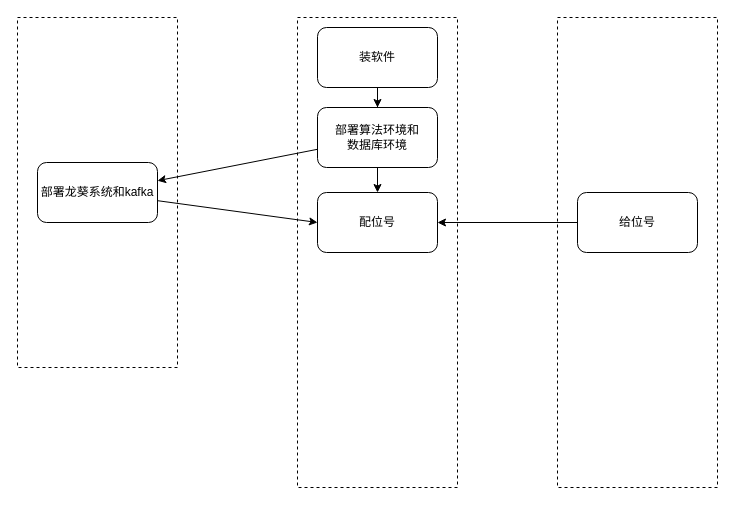
Above: test.drawio in 729973389/picture (draw.io), before the change. Source tidied: cells renumbered, new cells numbered last; positions are measured from the earlier drawing's top-left corner, leaving out a move shared by most shapes. Both pictures are drawn from the tidied source at 100%, with x=0, y=0 at pixel (17, 17).
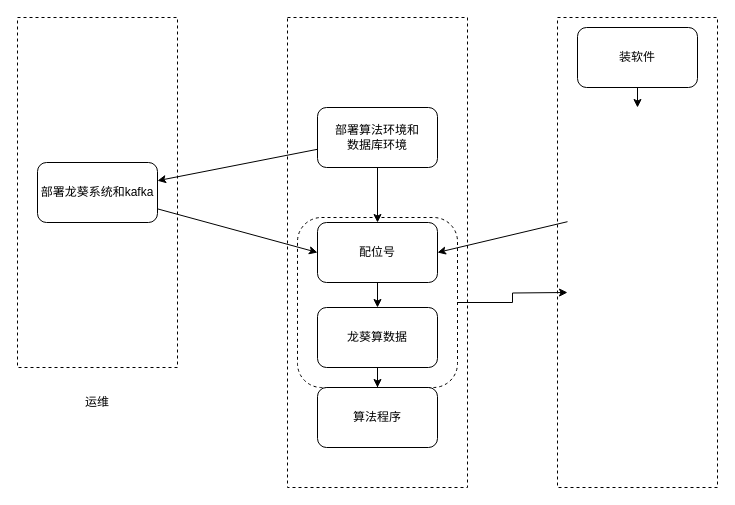
The same page after the edit.

The change refers to these unchanged cells:
```xml
<mxCell id="7" value="部署算法环境和&lt;div&gt;数据库环境&lt;/div&gt;" style="rounded=1;whiteSpace=wrap;html=1;" parent="1" vertex="1">
  <mxGeometry x="300" y="90" width="120" height="60" as="geometry" />
</mxCell>
```

Change to the diagram source:
```diff
@@
     <mxCell id="3" style="rounded=0;whiteSpace=wrap;html=1;dashed=1;" parent="1" vertex="1">
-      <mxGeometry x="280" width="160" height="470" as="geometry" />
+      <mxGeometry x="270" width="180" height="470" as="geometry" />
     </mxCell>
@@
+    <mxCell id="15" style="edgeStyle=orthogonalEdgeStyle;rounded=0;jettySize=auto;html=1;" parent="1" edge="1" source="8" target="19">
+      <mxGeometry relative="1" as="geometry" />
+    </mxCell>
     <mxCell id="8" value="配位号" style="rounded=1;whiteSpace=wrap;html=1;" parent="1" vertex="1">
-      <mxGeometry x="300" y="175" width="120" height="60" as="geometry" />
+      <mxGeometry x="300" y="205" width="120" height="60" as="geometry" />
     </mxCell>
+    <mxCell id="16" style="rounded=1;whiteSpace=wrap;html=1;fillColor=none;dashed=1;" parent="1" vertex="1">
+      <mxGeometry x="280" y="200" width="160" height="170" as="geometry" />
+    </mxCell>
-    <mxCell id="9" style="edgeStyle=orthogonalEdgeStyle;rounded=0;jettySize=auto;html=1;entryX=0.5;entryY=0;entryDx=0;entryDy=0;" parent="1" edge="1" source="10" target="7">
-      <mxGeometry relative="1" as="geometry" />
+    <mxCell id="9" style="edgeStyle=orthogonalEdgeStyle;rounded=0;jettySize=auto;html=1;entryX=0.5;entryY=0;entryDx=0;entryDy=0;" parent="1" edge="1" source="10">
+      <mxGeometry relative="1" as="geometry">
+        <mxPoint x="620" y="90" as="targetPoint" />
+      </mxGeometry>
     </mxCell>
     <mxCell id="10" value="装软件" style="rounded=1;whiteSpace=wrap;html=1;" parent="1" vertex="1">
-      <mxGeometry x="300" y="10" width="120" height="60" as="geometry" />
+      <mxGeometry x="560" y="10" width="120" height="60" as="geometry" />
     </mxCell>
@@
-    <mxCell id="13" style="rounded=0;jettySize=auto;html=1;entryX=1;entryY=0.5;entryDx=0;entryDy=0;" parent="1" edge="1" source="14" target="8">
-      <mxGeometry relative="1" as="geometry" />
+    <mxCell id="13" style="rounded=0;jettySize=auto;html=1;entryX=1;entryY=0.5;entryDx=0;entryDy=0;" parent="1" edge="1" target="8">
+      <mxGeometry relative="1" as="geometry">
+        <mxPoint x="550" y="204.2" as="sourcePoint" />
+      </mxGeometry>
     </mxCell>
-    <mxCell id="14" value="给位号" style="rounded=1;whiteSpace=wrap;html=1;" parent="1" vertex="1">
-      <mxGeometry x="560" y="175" width="120" height="60" as="geometry" />
-    </mxCell>
+    <mxCell id="17" value="运维" style="text;html=1;whiteSpace=wrap;strokeColor=none;fillColor=none;align=center;verticalAlign=middle;rounded=0;" parent="1" vertex="1">
+      <mxGeometry x="50" y="370" width="60" height="30" as="geometry" />
+    </mxCell>
+    <mxCell id="18" style="edgeStyle=orthogonalEdgeStyle;rounded=0;jettySize=auto;html=1;" parent="1" edge="1" source="19" target="20">
+      <mxGeometry relative="1" as="geometry" />
+    </mxCell>
+    <mxCell id="19" value="龙葵算数据" style="whiteSpace=wrap;html=1;rounded=1;" parent="1" vertex="1">
+      <mxGeometry x="300" y="290" width="120" height="60" as="geometry" />
+    </mxCell>
+    <mxCell id="20" value="算法程序" style="whiteSpace=wrap;html=1;rounded=1;" parent="1" vertex="1">
+      <mxGeometry x="300" y="370" width="120" height="60" as="geometry" />
+    </mxCell>
+    <mxCell id="21" style="edgeStyle=orthogonalEdgeStyle;rounded=0;jettySize=auto;html=1;" parent="1" edge="1" source="16">
+      <mxGeometry relative="1" as="geometry">
+        <mxPoint x="550" y="275" as="targetPoint" />
+      </mxGeometry>
+    </mxCell>
```
